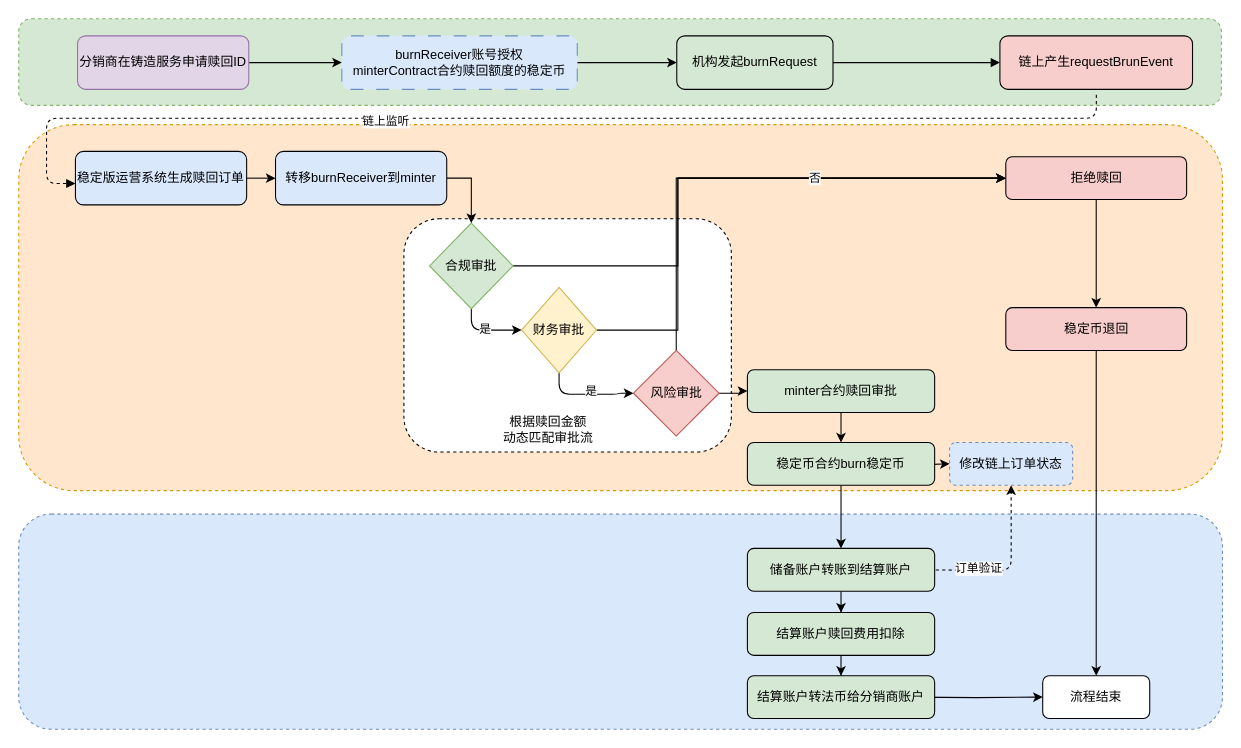
Above: burn.drawio in mingzhenliu/doc (draw.io), before the change. Source tidied: cells renumbered, new cells numbered last; positions are measured from the earlier drawing's top-left corner, leaving out a move shared by most shapes. Both pictures are drawn from the tidied source at 107%, with x=0, y=0 at pixel (18, 18).
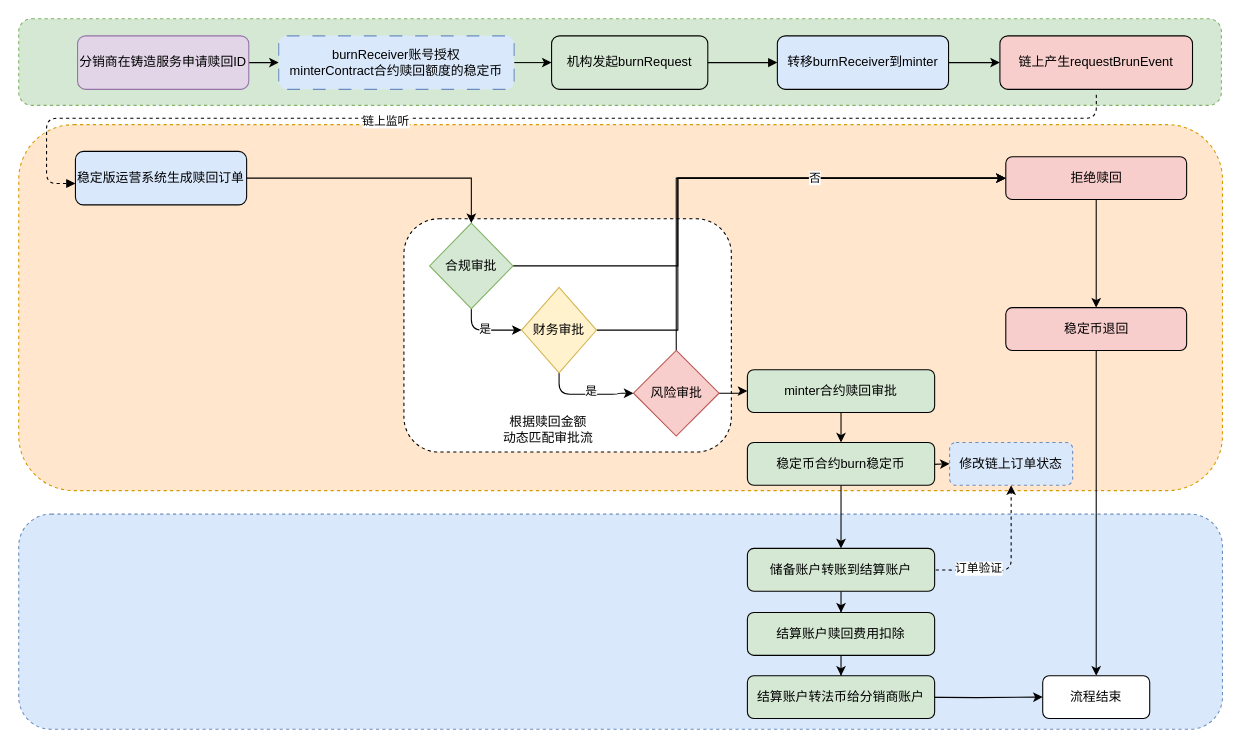
Above is the later version.

The change refers to these unchanged cells:
```xml
<mxCell id="10" value="稳定版运营系统&lt;span style=&quot;background-color: transparent; color: light-dark(rgb(0, 0, 0), rgb(255, 255, 255));&quot;&gt;生成赎回订单&lt;/span&gt;" style="rounded=1;whiteSpace=wrap;html=1;fillColor=#dae8fc;" parent="1" vertex="1">
  <mxGeometry x="53" y="124" width="160" height="50" as="geometry" />
</mxCell>
<mxCell id="26" value="合规审批" style="rhombus;whiteSpace=wrap;html=1;fillColor=#d5e8d4;strokeColor=#82b366;" parent="1" vertex="1">
  <mxGeometry x="384" y="191" width="78" height="80" as="geometry" />
</mxCell>
```

What changed in the source:
```diff
@@
-    <mxCell id="7" value="分销商在铸造服务申请赎回ID" style="rounded=1;whiteSpace=wrap;html=1;fillColor=#e1d5e7;flipH=1;strokeColor=#9673a6;" parent="1" vertex="1">
+    <mxCell id="7" value="分销商在铸造服务申请赎回ID" style="rounded=1;whiteSpace=wrap;html=1;fillColor=#e1d5e7;flipH=0;strokeColor=#9673a6;" parent="1" vertex="1">
       <mxGeometry x="55" y="16" width="160" height="50" as="geometry" />
     </mxCell>
-    <mxCell id="8" value="机构发起burnRequest" style="rounded=1;whiteSpace=wrap;html=1;fillColor=#d5e8d4;flipH=1;" parent="1" vertex="1">
-      <mxGeometry x="615" y="16" width="146" height="50" as="geometry" />
+    <mxCell id="8" value="机构发起burnRequest" style="rounded=1;whiteSpace=wrap;html=1;fillColor=#d5e8d4;flipH=0;" parent="1" vertex="1">
+      <mxGeometry x="498" y="16" width="146" height="50" as="geometry" />
     </mxCell>
-    <mxCell id="9" value="链上产生requestBrunEvent" style="rounded=1;whiteSpace=wrap;html=1;fillColor=#f8cecc;flipH=1;" parent="1" vertex="1">
+    <mxCell id="9" value="链上产生requestBrunEvent" style="rounded=1;whiteSpace=wrap;html=1;fillColor=#f8cecc;flipH=0;" parent="1" vertex="1">
       <mxGeometry x="917" y="16" width="180" height="50" as="geometry" />
     </mxCell>
@@
-    <mxCell id="16" style="edgeStyle=orthogonalEdgeStyle;endArrow=block;html=1;" parent="1" edge="1" source="8" target="9">
+    <mxCell id="16" style="edgeStyle=orthogonalEdgeStyle;endArrow=block;html=1;entryX=0;entryY=0.5;entryDx=0;entryDy=0;" parent="1" edge="1" source="8" target="48">
       <mxGeometry relative="1" as="geometry" />
     </mxCell>
@@
-    <mxCell id="36" value="burnReceiver账号授权&lt;div&gt;minterContract合约赎回额度的稳定币&lt;/div&gt;" style="rounded=1;whiteSpace=wrap;html=1;fillColor=#dae8fc;flipH=1;strokeColor=#6c8ebf;dashed=1;dashPattern=12 12;" parent="1" vertex="1">
-      <mxGeometry x="302" y="16" width="220" height="50" as="geometry" />
+    <mxCell id="36" value="burnReceiver账号授权&lt;div&gt;minterContract合约赎回额度的稳定币&lt;/div&gt;" style="rounded=1;whiteSpace=wrap;html=1;fillColor=#dae8fc;flipH=0;strokeColor=#6c8ebf;dashed=1;dashPattern=12 12;" parent="1" vertex="1">
+      <mxGeometry x="243" y="16" width="220" height="50" as="geometry" />
     </mxCell>
@@
-    <mxCell id="46" style="edgeStyle=orthogonalEdgeStyle;rounded=0;jettySize=auto;html=1;entryX=0;entryY=0.5;entryDx=0;entryDy=0;exitX=1;exitY=0.5;exitDx=0;exitDy=0;" parent="1" edge="1" source="10" target="48">
-      <mxGeometry relative="1" as="geometry" />
-    </mxCell>
-    <mxCell id="47" style="edgeStyle=orthogonalEdgeStyle;rounded=0;jettySize=auto;html=1;entryX=0.5;entryY=0;entryDx=0;entryDy=0;exitX=1;exitY=0.5;exitDx=0;exitDy=0;" parent="1" edge="1" source="48" target="26">
+    <mxCell id="47" style="edgeStyle=orthogonalEdgeStyle;rounded=0;jettySize=auto;html=1;entryX=0.5;entryY=0;entryDx=0;entryDy=0;exitX=1;exitY=0.5;exitDx=0;exitDy=0;" parent="1" edge="1" source="10" target="26">
       <mxGeometry relative="1" as="geometry" />
     </mxCell>
+    <mxCell id="51" style="edgeStyle=orthogonalEdgeStyle;rounded=0;jettySize=auto;html=1;" parent="1" edge="1" source="48" target="9">
+      <mxGeometry relative="1" as="geometry" />
+    </mxCell>
-    <mxCell id="48" value="转移burnReceiver到minter" style="rounded=1;whiteSpace=wrap;html=1;fillColor=#dae8fc;" parent="1" vertex="1">
-      <mxGeometry x="240" y="124" width="160" height="50" as="geometry" />
+    <mxCell id="48" value="转移burnReceiver到minter" style="rounded=1;whiteSpace=wrap;html=1;fillColor=#dae8fc;flipH=0;" parent="1" vertex="1">
+      <mxGeometry x="709" y="16" width="160" height="50" as="geometry" />
     </mxCell>
```
